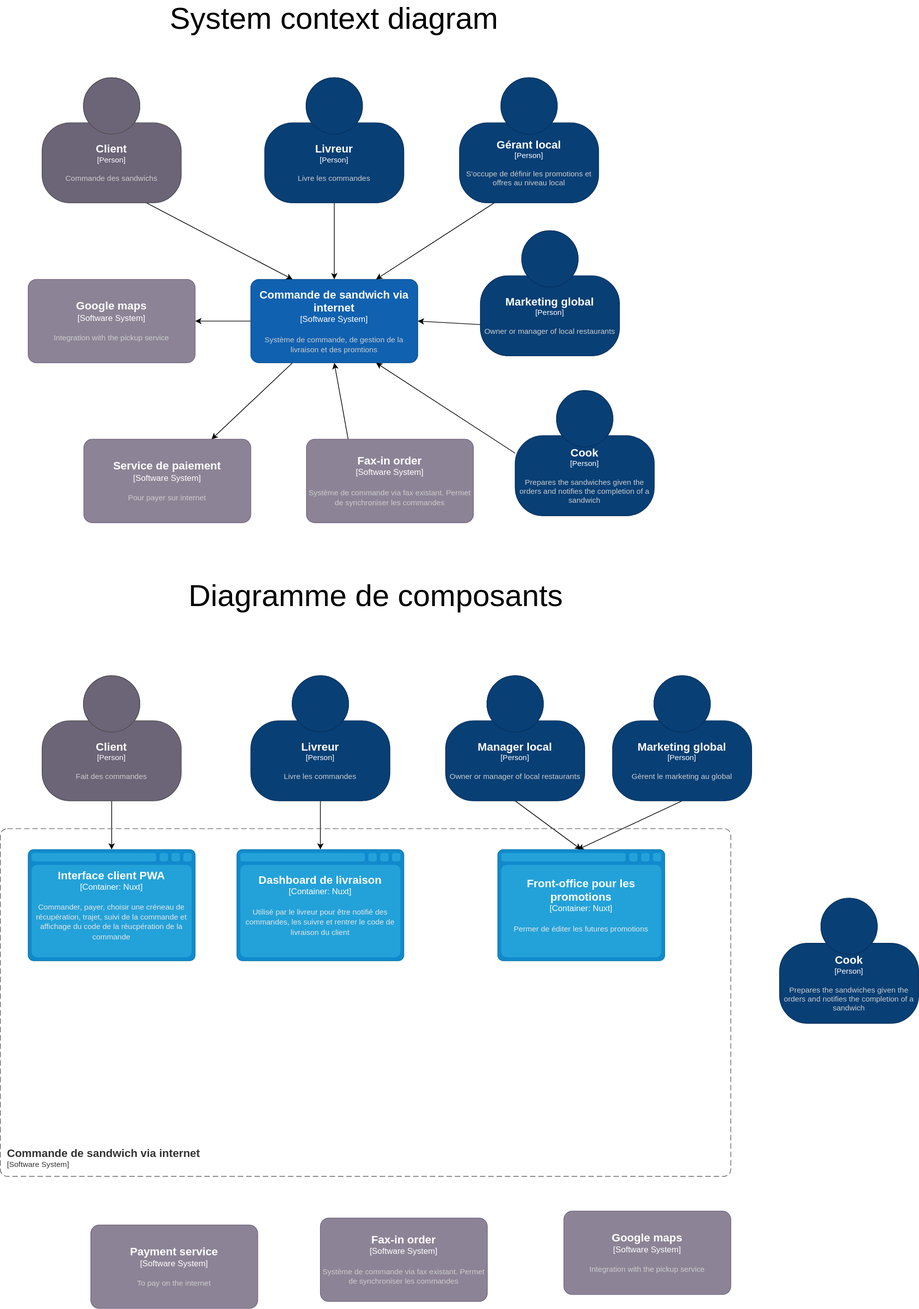
Before: docs/img/blt.drawio.svg, a diagram exported from draw.io (yostane/cours-archi-logicielle). Source tidied: cells renumbered, new cells last; positions are measured from the earlier drawing's top-left corner, leaving out a move shared by most shapes.
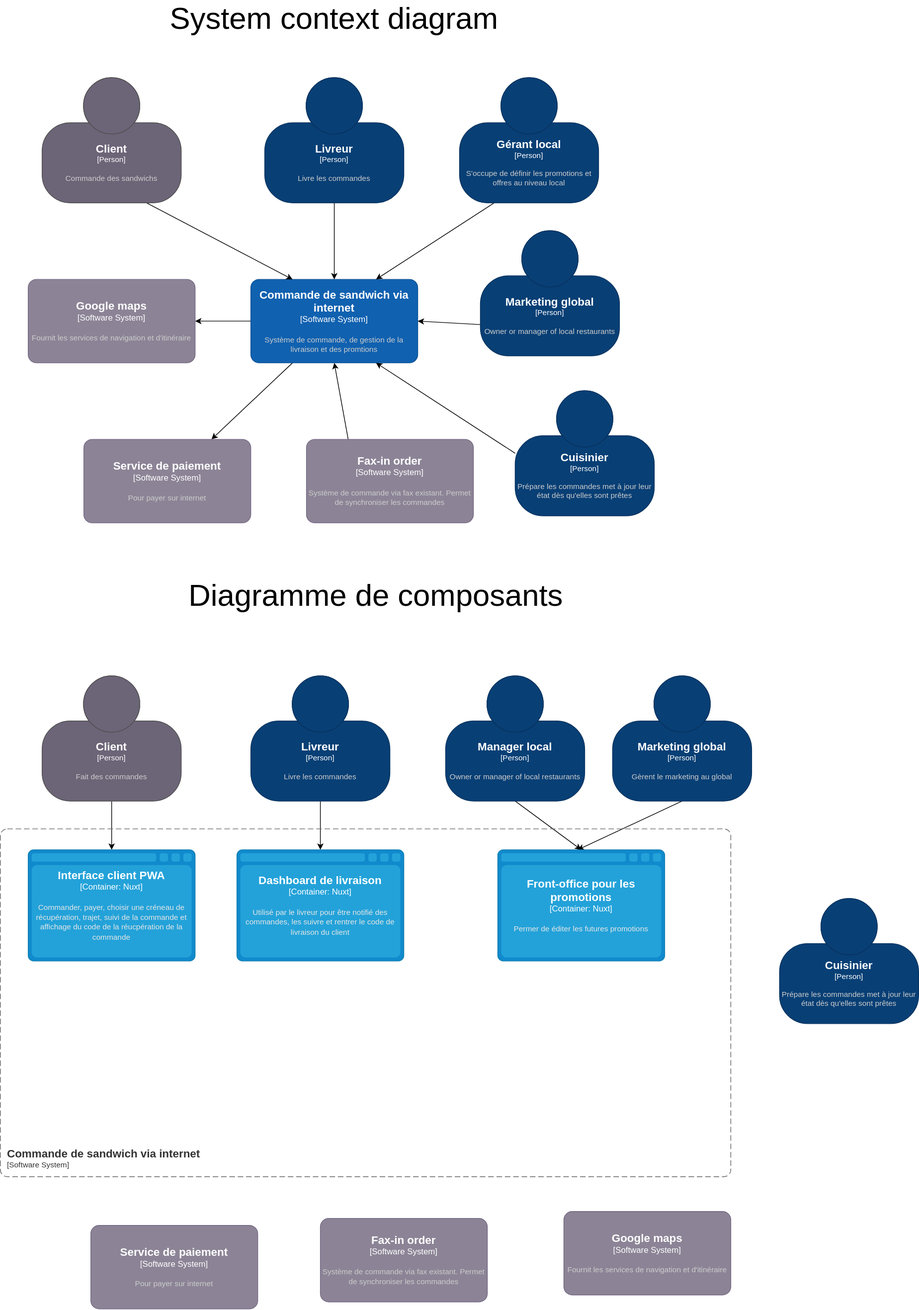
After the change.

Commit message:
No code changes made.

Diff of the diagram source:
```diff
@@ -29,7 +29,7 @@
         <mxGeometry x="380" y="100" width="200" height="180" as="geometry" />
       </mxCell>
     </object>
-    <object id="9" label="&lt;font style=&quot;font-size: 16px&quot;&gt;&lt;b&gt;%c4Name%&lt;/b&gt;&lt;/font&gt;&lt;div&gt;[%c4Type%]&lt;/div&gt;&lt;br&gt;&lt;div&gt;&lt;font style=&quot;font-size: 11px&quot;&gt;&lt;font color=&quot;#cccccc&quot;&gt;%c4Description%&lt;/font&gt;&lt;/div&gt;" c4Description="Integration with the pickup service" c4Name="Google maps" c4Type="Software System" placeholders="1">
+    <object id="9" label="&lt;font style=&quot;font-size: 16px&quot;&gt;&lt;b&gt;%c4Name%&lt;/b&gt;&lt;/font&gt;&lt;div&gt;[%c4Type%]&lt;/div&gt;&lt;br&gt;&lt;div&gt;&lt;font style=&quot;font-size: 11px&quot;&gt;&lt;font color=&quot;#cccccc&quot;&gt;%c4Description%&lt;/font&gt;&lt;/div&gt;" c4Description="Fournit les services de navigation et d'itinéraire" c4Name="Google maps" c4Type="Software System" placeholders="1">
       <mxCell style="rounded=1;whiteSpace=wrap;html=1;labelBackgroundColor=none;fillColor=#8C8496;fontColor=#ffffff;align=center;arcSize=10;strokeColor=#736782;points=[[0.25,0,0],[0.5,0,0],[0.75,0,0],[1,0.25,0],[1,0.5,0],[1,0.75,0],[0.75,1,0],[0.5,1,0],[0.25,1,0],[0,0.75,0],[0,0.5,0],[0,0.25,0]];" parent="1" vertex="1">
         <mxGeometry x="40" y="390" width="240" height="120" as="geometry" />
       </mxCell>
@@ -66,7 +66,7 @@
     <mxCell id="17" style="edgeStyle=none;html=1;exitX=0;exitY=0.5;exitDx=0;exitDy=0;exitPerimeter=0;entryX=0.75;entryY=1;entryDx=0;entryDy=0;entryPerimeter=0;" parent="1" edge="1" source="18" target="4">
       <mxGeometry relative="1" as="geometry" />
     </mxCell>
-    <object id="18" label="&lt;font style=&quot;font-size: 16px&quot;&gt;&lt;b&gt;%c4Name%&lt;/b&gt;&lt;/font&gt;&lt;div&gt;[%c4Type%]&lt;/div&gt;&lt;br&gt;&lt;div&gt;&lt;font style=&quot;font-size: 11px&quot;&gt;&lt;font color=&quot;#cccccc&quot;&gt;%c4Description%&lt;/font&gt;&lt;/div&gt;" c4Description="Prepares the sandwiches given the orders and notifies the completion of a sandwich" c4Name="Cook" c4Type="Person" placeholders="1">
+    <object id="18" label="&lt;font style=&quot;font-size: 16px&quot;&gt;&lt;b&gt;%c4Name%&lt;/b&gt;&lt;/font&gt;&lt;div&gt;[%c4Type%]&lt;/div&gt;&lt;br&gt;&lt;div&gt;&lt;font style=&quot;font-size: 11px&quot;&gt;&lt;font color=&quot;#cccccc&quot;&gt;%c4Description%&lt;/font&gt;&lt;/div&gt;" c4Description="Prépare les commandes met à jour leur état dès qu'elles sont prêtes" c4Name="Cuisinier" c4Type="Person" placeholders="1">
       <mxCell style="html=1;fontSize=11;dashed=0;whiteSpace=wrap;fillColor=#083F75;strokeColor=#06315C;fontColor=#ffffff;shape=mxgraph.c4.person2;align=center;points=[[0.5,0,0],[1,0.5,0],[1,0.75,0],[0.75,1,0],[0.5,1,0],[0.25,1,0],[0,0.75,0],[0,0.5,0]];" parent="1" vertex="1">
         <mxGeometry x="740" y="550" width="200" height="180" as="geometry" />
       </mxCell>
@@ -87,7 +87,7 @@
         <mxGeometry x="360" y="960" width="200" height="180" as="geometry" />
       </mxCell>
     </object>
-    <object id="23" label="&lt;font style=&quot;font-size: 16px&quot;&gt;&lt;b&gt;%c4Name%&lt;/b&gt;&lt;/font&gt;&lt;div&gt;[%c4Type%]&lt;/div&gt;&lt;br&gt;&lt;div&gt;&lt;font style=&quot;font-size: 11px&quot;&gt;&lt;font color=&quot;#cccccc&quot;&gt;%c4Description%&lt;/font&gt;&lt;/div&gt;" c4Description="Integration with the pickup service" c4Name="Google maps" c4Type="Software System" placeholders="1">
+    <object id="23" label="&lt;font style=&quot;font-size: 16px&quot;&gt;&lt;b&gt;%c4Name%&lt;/b&gt;&lt;/font&gt;&lt;div&gt;[%c4Type%]&lt;/div&gt;&lt;br&gt;&lt;div&gt;&lt;font style=&quot;font-size: 11px&quot;&gt;&lt;font color=&quot;#cccccc&quot;&gt;%c4Description%&lt;/font&gt;&lt;/div&gt;" c4Description="Fournit les services de navigation et d'itinéraire" c4Name="Google maps" c4Type="Software System" placeholders="1">
       <mxCell style="rounded=1;whiteSpace=wrap;html=1;labelBackgroundColor=none;fillColor=#8C8496;fontColor=#ffffff;align=center;arcSize=10;strokeColor=#736782;" parent="1" vertex="1">
         <mxGeometry x="810" y="1730" width="240" height="120" as="geometry" />
       </mxCell>
@@ -110,7 +110,7 @@
         <mxGeometry x="880" y="960" width="200" height="180" as="geometry" />
       </mxCell>
     </object>
-    <object id="28" label="&lt;font style=&quot;font-size: 16px&quot;&gt;&lt;b&gt;%c4Name%&lt;/b&gt;&lt;/font&gt;&lt;div&gt;[%c4Type%]&lt;/div&gt;&lt;br&gt;&lt;div&gt;&lt;font style=&quot;font-size: 11px&quot;&gt;&lt;font color=&quot;#cccccc&quot;&gt;%c4Description%&lt;/font&gt;&lt;/div&gt;" c4Description="To pay on the internet" c4Name="Payment service" c4Type="Software System" placeholders="1">
+    <object id="28" label="&lt;font style=&quot;font-size: 16px&quot;&gt;&lt;b&gt;%c4Name%&lt;/b&gt;&lt;/font&gt;&lt;div&gt;[%c4Type%]&lt;/div&gt;&lt;br&gt;&lt;div&gt;&lt;font style=&quot;font-size: 11px&quot;&gt;&lt;font color=&quot;#cccccc&quot;&gt;%c4Description%&lt;/font&gt;&lt;/div&gt;" c4Description="Pour payer sur internet" c4Name="Service de paiement" c4Type="Software System" placeholders="1">
       <mxCell style="rounded=1;whiteSpace=wrap;html=1;labelBackgroundColor=none;fillColor=#8C8496;fontColor=#ffffff;align=center;arcSize=10;strokeColor=#736782;" parent="1" vertex="1">
         <mxGeometry x="130" y="1750" width="240" height="120" as="geometry" />
       </mxCell>
@@ -120,7 +120,7 @@
         <mxGeometry x="460" y="1740" width="240" height="120" as="geometry" />
       </mxCell>
     </object>
-    <object id="30" label="&lt;font style=&quot;font-size: 16px&quot;&gt;&lt;b&gt;%c4Name%&lt;/b&gt;&lt;/font&gt;&lt;div&gt;[%c4Type%]&lt;/div&gt;&lt;br&gt;&lt;div&gt;&lt;font style=&quot;font-size: 11px&quot;&gt;&lt;font color=&quot;#cccccc&quot;&gt;%c4Description%&lt;/font&gt;&lt;/div&gt;" c4Description="Prepares the sandwiches given the orders and notifies the completion of a sandwich" c4Name="Cook" c4Type="Person" placeholders="1">
+    <object id="30" label="&lt;font style=&quot;font-size: 16px&quot;&gt;&lt;b&gt;%c4Name%&lt;/b&gt;&lt;/font&gt;&lt;div&gt;[%c4Type%]&lt;/div&gt;&lt;br&gt;&lt;div&gt;&lt;font style=&quot;font-size: 11px&quot;&gt;&lt;font color=&quot;#cccccc&quot;&gt;%c4Description%&lt;/font&gt;&lt;/div&gt;" c4Description="Prépare les commandes met à jour leur état dès qu'elles sont prêtes" c4Name="Cuisinier" c4Type="Person" placeholders="1">
       <mxCell style="html=1;fontSize=11;dashed=0;whiteSpace=wrap;fillColor=#083F75;strokeColor=#06315C;fontColor=#ffffff;shape=mxgraph.c4.person2;align=center;" parent="1" vertex="1">
         <mxGeometry x="1120" y="1280" width="200" height="180" as="geometry" />
       </mxCell>
```
